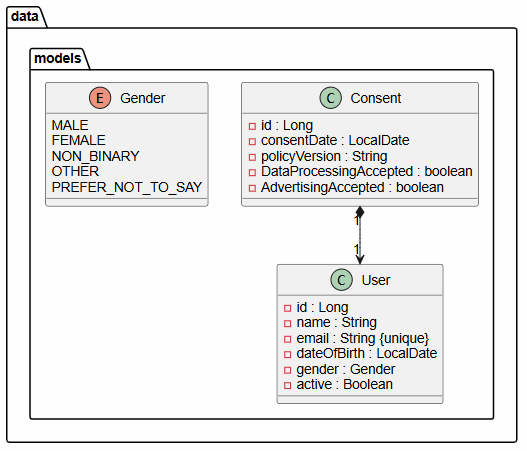
Before: docs/models.png, a diagram exported from PlantUML (DanielBenito-c/poo). Its source is kept beside it as docs/models.puml.
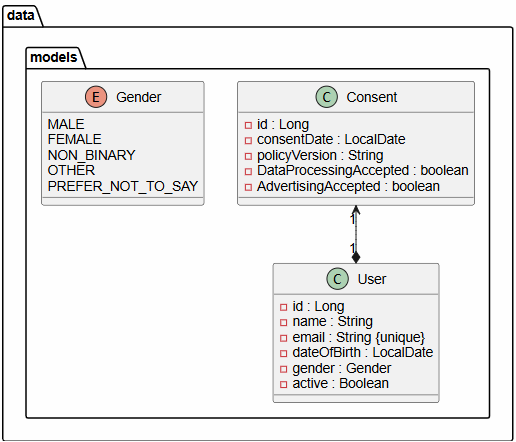
After the commit.

Diff of the diagram source:
```diff
@@ -25,7 +25,7 @@
   -active : Boolean
 }
 
-Consent "1" *--> "1" User
+Consent "1" <--* "1" User
 }
 
 @enduml
```
